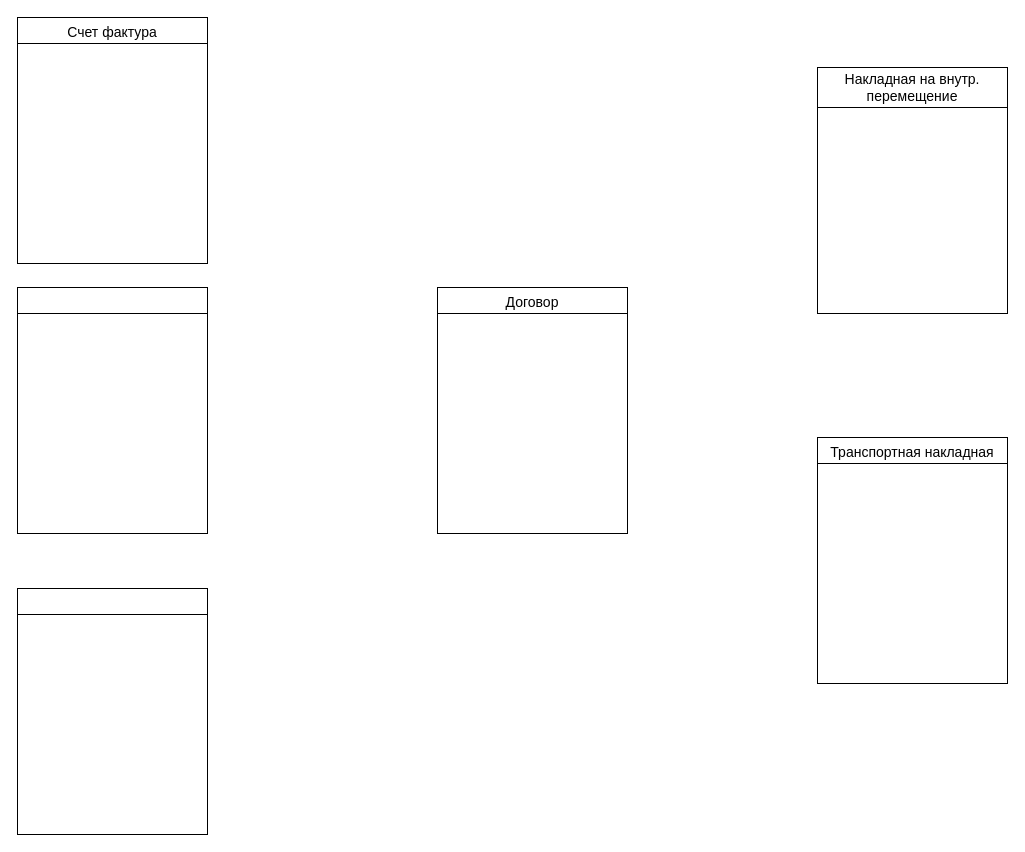
lexa-pnz/Model_Schemes keeps this draw.io diagram as Untitled Diagram.drawio. Above is the earlier version. Source tidied: cells renumbered, new cells numbered last; positions are measured from the earlier drawing's top-left corner, leaving out a move shared by most shapes. Both pictures are drawn from the tidied source at 100%, with x=0, y=0 at pixel (17, 17).
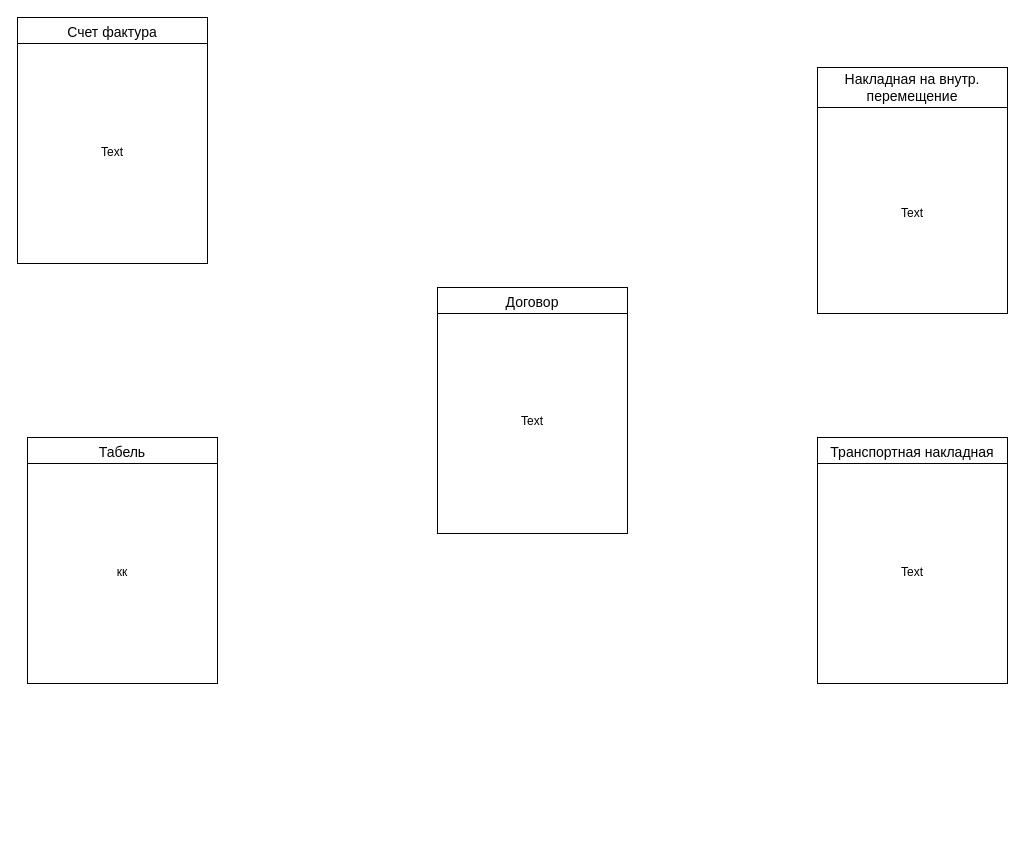
After the change.

The edit, as a diff of the source:
```diff
@@
 <mxGraphModel>
   <root>
     <mxCell id="0" />
     <mxCell id="1" parent="0" />
-    <mxCell id="2" style="shape=internalStorage;whiteSpace=wrap;html=1;backgroundOutline=1;dx=0;dy=26;" parent="1" vertex="1">
-      <mxGeometry y="571" width="190" height="246" as="geometry" />
-    </mxCell>
     <mxCell id="3" style="shape=internalStorage;whiteSpace=wrap;html=1;backgroundOutline=1;dx=0;dy=26;" parent="1" vertex="1">
-      <mxGeometry y="270" width="190" height="246" as="geometry" />
+      <mxGeometry x="10" y="420" width="190" height="246" as="geometry" />
     </mxCell>
     <mxCell id="4" style="shape=internalStorage;whiteSpace=wrap;html=1;backgroundOutline=1;dx=0;dy=40;" parent="1" vertex="1">
       <mxGeometry x="800" y="50" width="190" height="246" as="geometry" />
     </mxCell>
     <mxCell id="5" style="shape=internalStorage;whiteSpace=wrap;html=1;backgroundOutline=1;dx=0;dy=26;" parent="1" vertex="1">
       <mxGeometry x="800" y="420" width="190" height="246" as="geometry" />
     </mxCell>
     <mxCell id="6" style="shape=internalStorage;whiteSpace=wrap;html=1;backgroundOutline=1;dx=0;dy=26;" parent="1" vertex="1">
       <mxGeometry width="190" height="246" as="geometry" />
     </mxCell>
     <mxCell id="7" style="shape=internalStorage;whiteSpace=wrap;html=1;backgroundOutline=1;dx=0;dy=26;" parent="1" vertex="1">
       <mxGeometry x="420" y="270" width="190" height="246" as="geometry" />
     </mxCell>
     <mxCell id="8" value="&lt;font style=&quot;font-size: 14px&quot;&gt;Транспортная накладная&lt;/font&gt;" style="text;html=1;strokeColor=none;fillColor=none;align=center;verticalAlign=middle;whiteSpace=wrap;rounded=0;" parent="1" vertex="1">
       <mxGeometry x="800" y="420" width="190" height="30" as="geometry" />
     </mxCell>
     <mxCell id="9" value="&lt;font style=&quot;font-size: 14px&quot;&gt;Договор&lt;/font&gt;" style="text;html=1;strokeColor=none;fillColor=none;align=center;verticalAlign=middle;whiteSpace=wrap;rounded=0;" parent="1" vertex="1">
       <mxGeometry x="420" y="270" width="190" height="30" as="geometry" />
     </mxCell>
     <mxCell id="10" value="&lt;font style=&quot;font-size: 14px&quot;&gt;Накладная на внутр. перемещение&lt;/font&gt;" style="text;html=1;strokeColor=none;fillColor=none;align=center;verticalAlign=middle;whiteSpace=wrap;rounded=0;" parent="1" vertex="1">
       <mxGeometry x="800" y="50" width="190" height="40" as="geometry" />
     </mxCell>
     <mxCell id="11" value="&lt;font style=&quot;font-size: 14px&quot;&gt;Счет фактура&lt;/font&gt;" style="text;html=1;strokeColor=none;fillColor=none;align=center;verticalAlign=middle;whiteSpace=wrap;rounded=0;" parent="1" vertex="1">
       <mxGeometry width="190" height="30" as="geometry" />
     </mxCell>
+    <mxCell id="12" value="&lt;font style=&quot;font-size: 14px&quot;&gt;Табель&lt;/font&gt;" style="text;html=1;strokeColor=none;fillColor=none;align=center;verticalAlign=middle;whiteSpace=wrap;rounded=0;" parent="1" vertex="1">
+      <mxGeometry x="10" y="420" width="190" height="30" as="geometry" />
+    </mxCell>
+    <mxCell id="13" value="Text" style="text;html=1;strokeColor=none;fillColor=none;align=center;verticalAlign=middle;whiteSpace=wrap;rounded=0;" parent="1" vertex="1">
+      <mxGeometry y="30" width="190" height="210" as="geometry" />
+    </mxCell>
+    <mxCell id="14" value="кк" style="text;html=1;strokeColor=none;fillColor=none;align=center;verticalAlign=middle;whiteSpace=wrap;rounded=0;" parent="1" vertex="1">
+      <mxGeometry x="10" y="450" width="190" height="210" as="geometry" />
+    </mxCell>
+    <mxCell id="15" value="Text" style="text;html=1;strokeColor=none;fillColor=none;align=center;verticalAlign=middle;whiteSpace=wrap;rounded=0;" parent="1" vertex="1">
+      <mxGeometry x="420" y="299" width="190" height="210" as="geometry" />
+    </mxCell>
+    <mxCell id="16" value="Text" style="text;html=1;strokeColor=none;fillColor=none;align=center;verticalAlign=middle;whiteSpace=wrap;rounded=0;" parent="1" vertex="1">
+      <mxGeometry x="800" y="96" width="190" height="200" as="geometry" />
+    </mxCell>
+    <mxCell id="17" value="Text" style="text;html=1;strokeColor=none;fillColor=none;align=center;verticalAlign=middle;whiteSpace=wrap;rounded=0;" parent="1" vertex="1">
+      <mxGeometry x="800" y="450" width="190" height="210" as="geometry" />
+    </mxCell>
   </root>
 </mxGraphModel>
```
